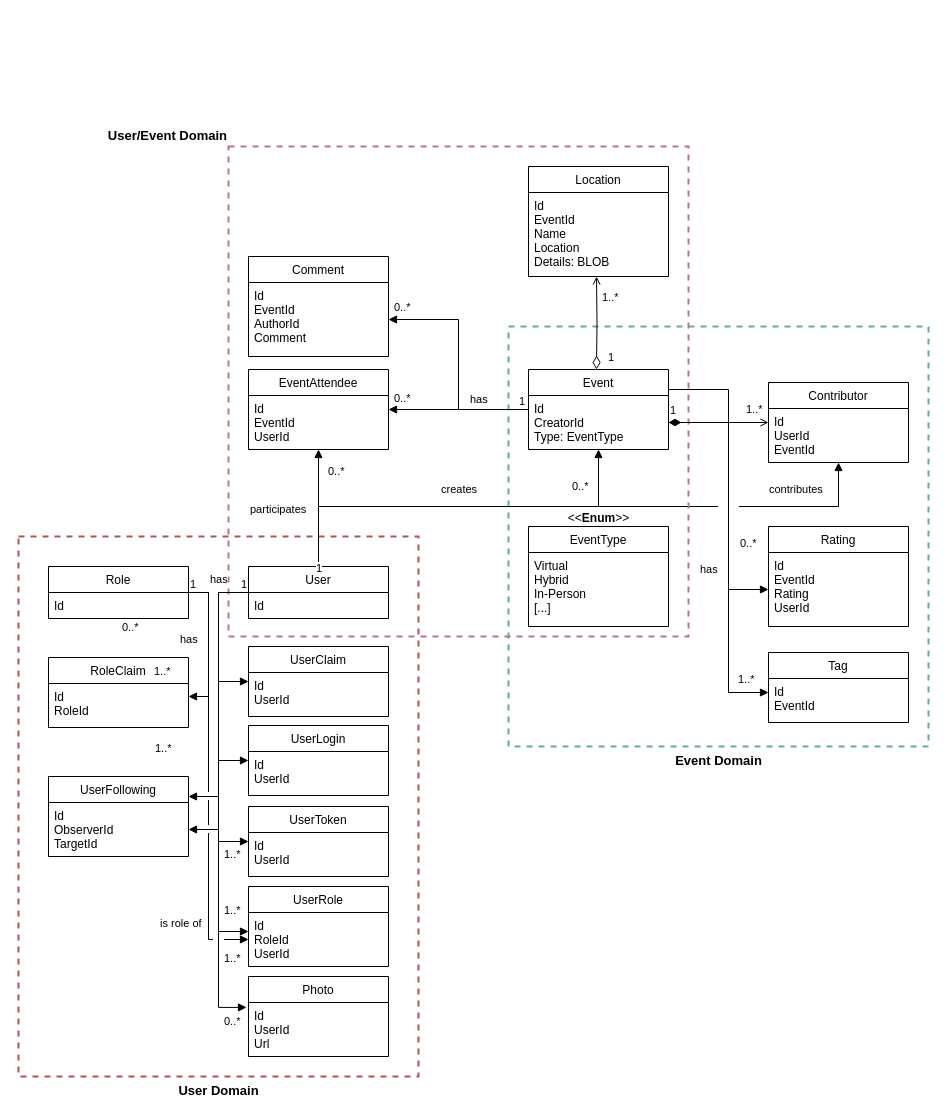
The draw.io diagram Documentation/Diagrams/Domain/class_uml.drawio in Super0silveR/DowntownApp-CAPSTONE, before the edit. Source tidied: cells renumbered, new cells numbered last; positions are measured from the earlier drawing's top-left corner, leaving out a move shared by most shapes. Both pictures are drawn from the tidied source at 100%, with x=0, y=0 at pixel (18, 146).
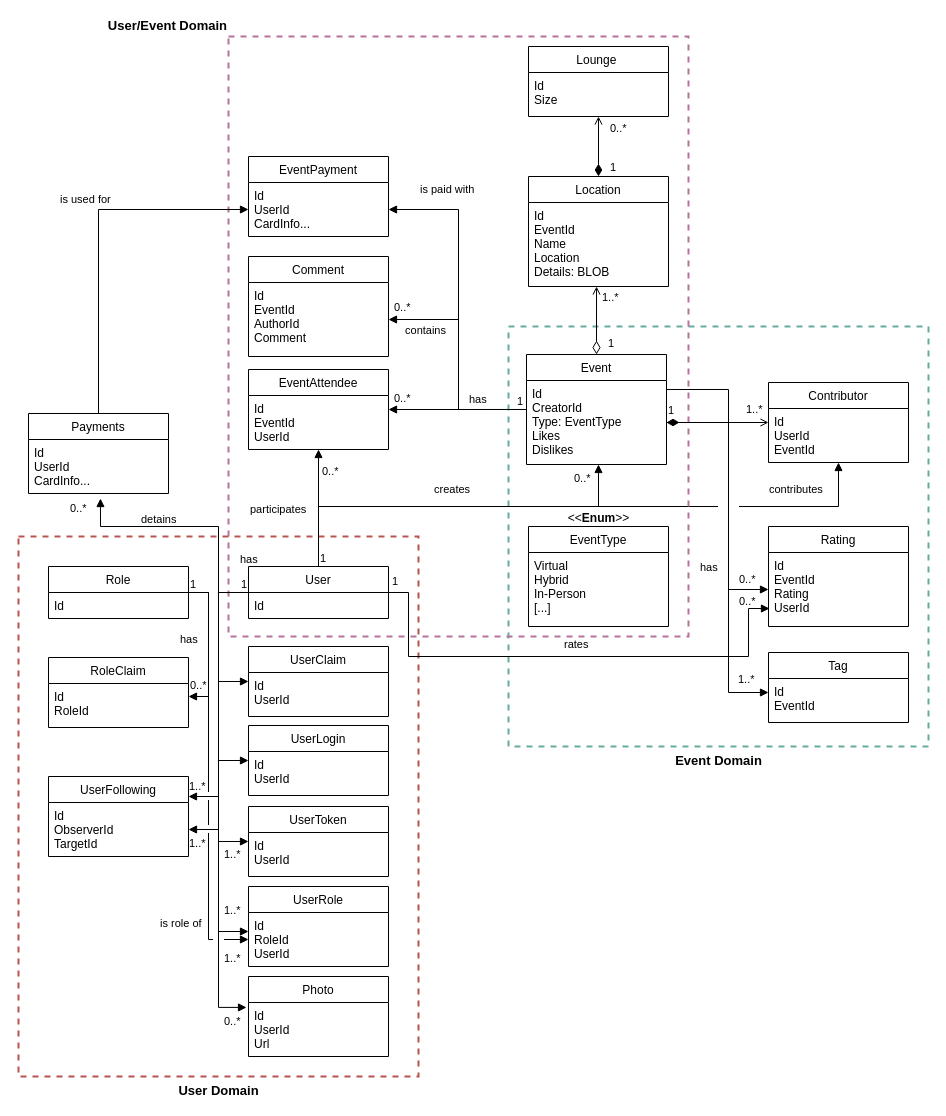
The same diagram, later.

Unchanged cells that the change refers to:
```xml
<mxCell id="9" value="contributes" style="endArrow=block;endFill=1;html=1;align=left;verticalAlign=top;rounded=0;exitX=0.5;exitY=0;exitDx=0;exitDy=0;edgeStyle=orthogonalEdgeStyle;" parent="1" edge="1" source="13" target="28">
  <mxGeometry x="0.63" y="30" relative="1" as="geometry">
    <Array as="points">
      <mxPoint x="300" y="360" />
      <mxPoint x="820" y="360" />
    </Array>
  </mxGeometry>
</mxCell>
<mxCell id="13" value="User" style="swimlane;fontStyle=0;horizontal=1;startSize=26;fillColor=none;" parent="1" vertex="1">
  <mxGeometry x="230" y="420" width="140" height="52" as="geometry" />
</mxCell>
<mxCell id="24" value="creates" style="endArrow=block;endFill=1;html=1;align=left;verticalAlign=top;rounded=0;exitX=0.5;exitY=0;exitDx=0;exitDy=0;edgeStyle=orthogonalEdgeStyle;" parent="1" edge="1" source="13" target="15">
  <mxGeometry x="-0.09" y="30" relative="1" as="geometry">
    <Array as="points">
      <mxPoint x="300" y="360" />
      <mxPoint x="580" y="360" />
    </Array>
  </mxGeometry>
</mxCell>
<mxCell id="43" value="UserClaim" style="swimlane;fontStyle=0;horizontal=1;startSize=26;fillColor=none;" parent="1" vertex="1">
  <mxGeometry x="230" y="500" width="140" height="70" as="geometry" />
</mxCell>
<mxCell id="61" value="Id&#10;EventId&#10;Rating&#10;UserId" style="text;strokeColor=none;fillColor=none;align=left;verticalAlign=top;spacingLeft=4;spacingRight=4;overflow=hidden;points=[[0,0.5],[1,0.5]];portConstraint=eastwest;" parent="60" vertex="1">
  <mxGeometry y="26" width="140" height="74" as="geometry" />
</mxCell>
<mxCell id="63" value="has&amp;nbsp;" style="endArrow=block;endFill=1;html=1;align=left;verticalAlign=top;rounded=0;entryX=0;entryY=0.5;entryDx=0;entryDy=0;edgeStyle=orthogonalEdgeStyle;exitX=1;exitY=0.25;exitDx=0;exitDy=0;endSize=6;" parent="1" edge="1" source="15" target="61">
  <mxGeometry x="0.51" y="-30" relative="1" as="geometry">
    <Array as="points">
      <mxPoint x="710" y="243" />
      <mxPoint x="710" y="443" />
    </Array>
  </mxGeometry>
</mxCell>
<mxCell id="75" value="Id&#10;EventId&#10;Name&#10;Location&#10;Details: BLOB" style="text;strokeColor=none;fillColor=none;align=left;verticalAlign=top;spacingLeft=4;spacingRight=4;overflow=hidden;points=[[0,0.5],[1,0.5]];portConstraint=eastwest;" parent="74" vertex="1">
  <mxGeometry y="26" width="140" height="84" as="geometry" />
</mxCell>
<mxCell id="78" value="name" style="endArrow=block;endFill=1;html=1;edgeStyle=orthogonalEdgeStyle;align=left;verticalAlign=top;rounded=0;startSize=8;endSize=6;exitX=0;exitY=0.5;exitDx=0;exitDy=0;entryX=-0.014;entryY=0.091;entryDx=0;entryDy=0;entryPerimeter=0;fontColor=none;noLabel=1;" parent="1" edge="1" source="13" target="66">
  <mxGeometry x="-1" y="67" relative="1" as="geometry">
    <Array as="points">
      <mxPoint x="200" y="446" />
      <mxPoint x="200" y="860" />
    </Array>
    <mxPoint x="40" y="-13" as="offset" />
  </mxGeometry>
</mxCell>
```

What changed in the source:
```diff
@@
+    <mxCell id="5" value="&lt;b&gt;&lt;font style=&quot;font-size: 13px;&quot;&gt;User Domain&lt;/font&gt;&lt;/b&gt;" style="verticalLabelPosition=bottom;verticalAlign=top;html=1;shape=mxgraph.basic.rect;fillColor2=none;strokeWidth=2;size=20;indent=5;fillColor=none;dashed=1;strokeColor=#b85450;" parent="1" vertex="1">
+      <mxGeometry y="390" width="400" height="540" as="geometry" />
+    </mxCell>
+    <mxCell id="54" value="RoleClaim" style="swimlane;fontStyle=0;horizontal=1;startSize=26;fillColor=none;" parent="1" vertex="1">
+      <mxGeometry x="30" y="511" width="140" height="70" as="geometry" />
+    </mxCell>
+    <mxCell id="55" value="Id&#10;RoleId" style="text;strokeColor=none;fillColor=none;align=left;verticalAlign=top;spacingLeft=4;spacingRight=4;overflow=hidden;" parent="54" vertex="1">
+      <mxGeometry y="26" width="140" height="44" as="geometry" />
+    </mxCell>
@@
-    <mxCell id="5" value="&lt;b&gt;&lt;font style=&quot;font-size: 13px;&quot;&gt;User Domain&lt;/font&gt;&lt;/b&gt;" style="verticalLabelPosition=bottom;verticalAlign=top;html=1;shape=mxgraph.basic.rect;fillColor2=none;strokeWidth=2;size=20;indent=5;fillColor=none;dashed=1;strokeColor=#b85450;" parent="1" vertex="1">
-      <mxGeometry y="390" width="400" height="540" as="geometry" />
-    </mxCell>
@@
     <mxCell id="10" value="1..*" style="edgeLabel;html=1;align=left;verticalAlign=bottom;" parent="9" vertex="1">
       <mxGeometry x="-1" relative="1" as="geometry">
-        <mxPoint x="-165" y="190" as="offset" />
+        <mxPoint x="-131" y="285" as="offset" />
       </mxGeometry>
     </mxCell>
@@
     <mxCell id="12" value="&lt;b&gt;&lt;font style=&quot;font-size: 13px;&quot;&gt;User/Event Domain&lt;/font&gt;&lt;/b&gt;" style="verticalLabelPosition=top;verticalAlign=bottom;html=1;shape=mxgraph.basic.rect;fillColor2=none;strokeWidth=2;size=20;indent=5;fillColor=none;dashed=1;strokeColor=#B5739D;labelPosition=left;align=right;" parent="1" vertex="1">
-      <mxGeometry x="210" width="460" height="490" as="geometry" />
+      <mxGeometry x="210" y="-110" width="460" height="600" as="geometry" />
     </mxCell>
@@
     <mxCell id="15" value="Event" style="swimlane;fontStyle=0;horizontal=1;startSize=26;fillColor=none;" parent="1" vertex="1">
-      <mxGeometry x="510" y="223" width="140" height="80" as="geometry" />
+      <mxGeometry x="508" y="208" width="140" height="110" as="geometry" />
     </mxCell>
-    <mxCell id="16" value="Id&#10;CreatorId&#10;Type: EventType" style="text;strokeColor=none;fillColor=none;align=left;verticalAlign=top;spacingLeft=4;spacingRight=4;overflow=hidden;points=[[0,0.5],[1,0.5]];portConstraint=eastwest;" parent="15" vertex="1">
-      <mxGeometry y="26" width="140" height="54" as="geometry" />
+    <mxCell id="16" value="Id&#10;CreatorId&#10;Type: EventType&#10;Likes&#10;Dislikes" style="text;strokeColor=none;fillColor=none;align=left;verticalAlign=top;spacingLeft=4;spacingRight=4;overflow=hidden;points=[[0,0.5],[1,0.5]];portConstraint=eastwest;" parent="15" vertex="1">
+      <mxGeometry y="26" width="140" height="84" as="geometry" />
     </mxCell>
@@
     <mxCell id="22" value="0..*" style="edgeLabel;html=1;align=left;verticalAlign=bottom;" parent="1" vertex="1">
-      <mxGeometry x="300" y="440" as="geometry">
+      <mxGeometry x="294" y="440" as="geometry">
         <mxPoint x="8" y="-107" as="offset" />
       </mxGeometry>
     </mxCell>
@@
     <mxCell id="25" value="1..*" style="edgeLabel;html=1;align=left;verticalAlign=bottom;" parent="24" vertex="1">
       <mxGeometry x="-1" relative="1" as="geometry">
-        <mxPoint x="-166" y="113" as="offset" />
+        <mxPoint x="-131" y="228" as="offset" />
       </mxGeometry>
     </mxCell>
     <mxCell id="26" value="0..*" style="edgeLabel;html=1;align=left;verticalAlign=bottom;" parent="1" vertex="1">
-      <mxGeometry x="380" y="490" as="geometry">
+      <mxGeometry x="382" y="482" as="geometry">
         <mxPoint x="172" y="-142" as="offset" />
       </mxGeometry>
     </mxCell>
@@
     <mxCell id="51" value="has" style="endArrow=block;endFill=1;html=1;edgeStyle=orthogonalEdgeStyle;align=left;verticalAlign=top;rounded=0;startSize=8;endSize=6;exitX=0;exitY=0.5;exitDx=0;exitDy=0;entryX=0;entryY=0.5;entryDx=0;entryDy=0;" parent="1" edge="1" source="13" target="43">
-      <mxGeometry x="-0.6" y="-28" relative="1" as="geometry">
+      <mxGeometry x="-0.87" y="-46" relative="1" as="geometry">
         <Array as="points">
           <mxPoint x="200" y="446" />
           <mxPoint x="200" y="535" />
         </Array>
-        <mxPoint x="18" y="-26" as="offset" />
       </mxGeometry>
     </mxCell>
@@
-    <mxCell id="54" value="RoleClaim" style="swimlane;fontStyle=0;horizontal=1;startSize=26;fillColor=none;" parent="1" vertex="1">
-      <mxGeometry x="30" y="511" width="140" height="70" as="geometry" />
-    </mxCell>
-    <mxCell id="55" value="Id&#10;RoleId" style="text;strokeColor=none;fillColor=none;align=left;verticalAlign=top;spacingLeft=4;spacingRight=4;overflow=hidden;" parent="54" vertex="1">
-      <mxGeometry y="26" width="140" height="44" as="geometry" />
-    </mxCell>
@@
     <mxCell id="58" value="0..*" style="edgeLabel;html=1;align=left;verticalAlign=bottom;" parent="1" vertex="1">
-      <mxGeometry x="215" y="650" as="geometry">
+      <mxGeometry x="283" y="708" as="geometry">
         <mxPoint x="-113" y="-161" as="offset" />
       </mxGeometry>
     </mxCell>
@@
     <mxCell id="64" value="0..*" style="edgeLabel;html=1;align=left;verticalAlign=bottom;" parent="63" vertex="1">
       <mxGeometry x="-1" relative="1" as="geometry">
-        <mxPoint x="70" y="162" as="offset" />
+        <mxPoint x="71" y="205" as="offset" />
       </mxGeometry>
     </mxCell>
@@
     <mxCell id="74" value="Location" style="swimlane;fontStyle=0;horizontal=1;startSize=26;fillColor=none;" parent="1" vertex="1">
-      <mxGeometry x="510" y="20" width="140" height="110" as="geometry" />
+      <mxGeometry x="510" y="30" width="140" height="110" as="geometry" />
     </mxCell>
@@
-    <mxCell id="76" value="1" style="endArrow=open;html=1;endSize=6;startArrow=diamondThin;startSize=11;startFill=0;edgeStyle=orthogonalEdgeStyle;align=left;verticalAlign=bottom;rounded=0;fontSize=11;fontColor=default;exitX=0.5;exitY=0;exitDx=0;exitDy=0;entryX=0.486;entryY=1;entryDx=0;entryDy=0;entryPerimeter=0;" parent="1" edge="1" target="75">
-      <mxGeometry x="-0.93" y="-10" relative="1" as="geometry">
-        <mxPoint x="578" y="223" as="sourcePoint" />
-      </mxGeometry>
+    <mxCell id="76" value="1" style="endArrow=open;html=1;endSize=6;startArrow=diamondThin;startSize=11;startFill=0;edgeStyle=orthogonalEdgeStyle;align=left;verticalAlign=bottom;rounded=0;fontSize=11;fontColor=default;entryX=0.486;entryY=1;entryDx=0;entryDy=0;entryPerimeter=0;exitX=0.5;exitY=0;exitDx=0;exitDy=0;" parent="1" edge="1" source="15" target="75">
+      <mxGeometry x="-0.93" y="-10" relative="1" as="geometry" />
     </mxCell>
@@
     <mxCell id="79" value="1" style="edgeLabel;html=1;align=left;verticalAlign=bottom;dashed=1;strokeWidth=2;fillColor=none;" parent="78" vertex="1">
       <mxGeometry x="-1" relative="1" as="geometry">
-        <mxPoint x="66" y="-16" as="offset" />
+        <mxPoint x="70" y="-26" as="offset" />
       </mxGeometry>
     </mxCell>
@@
+    <mxCell id="84" value="Payments" style="swimlane;fontStyle=0;horizontal=1;startSize=26;fillColor=none;" parent="1" vertex="1">
+      <mxGeometry x="10" y="267" width="140" height="80" as="geometry" />
+    </mxCell>
+    <mxCell id="85" value="Id&#10;UserId&#10;CardInfo..." style="text;strokeColor=none;fillColor=none;align=left;verticalAlign=top;spacingLeft=4;spacingRight=4;overflow=hidden;points=[[0,0.5],[1,0.5]];portConstraint=eastwest;" parent="84" vertex="1">
+      <mxGeometry y="26" width="140" height="54" as="geometry" />
+    </mxCell>
+    <mxCell id="86" value="detains" style="endArrow=block;endFill=1;html=1;align=left;verticalAlign=top;rounded=0;exitX=0;exitY=0.5;exitDx=0;exitDy=0;entryX=0.514;entryY=1.093;entryDx=0;entryDy=0;entryPerimeter=0;edgeStyle=orthogonalEdgeStyle;" parent="1" edge="1" source="13" target="85">
+      <mxGeometry x="0.45" y="-20" relative="1" as="geometry">
+        <Array as="points">
+          <mxPoint x="200" y="446" />
+          <mxPoint x="200" y="380" />
+          <mxPoint x="82" y="380" />
+        </Array>
+      </mxGeometry>
+    </mxCell>
+    <mxCell id="87" value="0..*" style="edgeLabel;html=1;align=left;verticalAlign=bottom;" parent="1" vertex="1">
+      <mxGeometry x="50" y="370" as="geometry" />
+    </mxCell>
+    <mxCell id="88" value="EventPayment" style="swimlane;fontStyle=0;horizontal=1;startSize=26;fillColor=none;" parent="1" vertex="1">
+      <mxGeometry x="230" y="10" width="140" height="80" as="geometry" />
+    </mxCell>
+    <mxCell id="89" value="Id&#10;UserId&#10;CardInfo..." style="text;strokeColor=none;fillColor=none;align=left;verticalAlign=top;spacingLeft=4;spacingRight=4;overflow=hidden;points=[[0,0.5],[1,0.5]];portConstraint=eastwest;" parent="88" vertex="1">
+      <mxGeometry y="26" width="140" height="54" as="geometry" />
+    </mxCell>
+    <mxCell id="90" value="rates" style="endArrow=block;endFill=1;html=1;align=left;verticalAlign=top;rounded=0;exitX=1;exitY=0.5;exitDx=0;exitDy=0;entryX=0.007;entryY=0.757;entryDx=0;entryDy=0;entryPerimeter=0;edgeStyle=orthogonalEdgeStyle;" parent="1" edge="1" source="13" target="61">
+      <mxGeometry x="-0.04" y="25" relative="1" as="geometry">
+        <Array as="points">
+          <mxPoint x="390" y="446" />
+          <mxPoint x="390" y="510" />
+          <mxPoint x="730" y="510" />
+          <mxPoint x="730" y="462" />
+        </Array>
+        <mxPoint x="1" as="offset" />
+      </mxGeometry>
+    </mxCell>
+    <mxCell id="91" value="is used for" style="endArrow=block;endFill=1;html=1;align=left;verticalAlign=top;rounded=0;exitX=0.5;exitY=0;exitDx=0;exitDy=0;entryX=0;entryY=0.5;entryDx=0;entryDy=0;edgeStyle=orthogonalEdgeStyle;" parent="1" edge="1" source="84" target="89">
+      <mxGeometry x="0.15" y="46" relative="1" as="geometry">
+        <mxPoint x="-40" y="23" as="offset" />
+      </mxGeometry>
+    </mxCell>
+    <mxCell id="92" value="1" style="edgeLabel;html=1;align=left;verticalAlign=bottom;" parent="1" vertex="1">
+      <mxGeometry x="364" y="550" as="geometry">
+        <mxPoint x="8" y="-107" as="offset" />
+      </mxGeometry>
+    </mxCell>
+    <mxCell id="93" value="0..*" style="edgeLabel;html=1;align=left;verticalAlign=bottom;" parent="1" vertex="1">
+      <mxGeometry x="711" y="570" as="geometry">
+        <mxPoint x="8" y="-107" as="offset" />
+      </mxGeometry>
+    </mxCell>
+    <mxCell id="94" value="Lounge " style="swimlane;fontStyle=0;horizontal=1;startSize=26;fillColor=none;" parent="1" vertex="1">
+      <mxGeometry x="510" y="-100" width="140" height="70" as="geometry" />
+    </mxCell>
+    <mxCell id="95" value="Id&#10;Size" style="text;strokeColor=none;fillColor=none;align=left;verticalAlign=top;spacingLeft=4;spacingRight=4;overflow=hidden;points=[[0,0.5],[1,0.5]];portConstraint=eastwest;" parent="94" vertex="1">
+      <mxGeometry y="26" width="140" height="44" as="geometry" />
+    </mxCell>
+    <mxCell id="96" value="is paid with" style="endArrow=block;endFill=1;html=1;align=left;verticalAlign=top;rounded=0;exitX=-0.014;exitY=0.345;exitDx=0;exitDy=0;entryX=1;entryY=0.5;entryDx=0;entryDy=0;edgeStyle=orthogonalEdgeStyle;exitPerimeter=0;" parent="1" edge="1" source="16" target="89">
+      <mxGeometry x="0.82" y="-33" relative="1" as="geometry">
+        <Array as="points">
+          <mxPoint x="440" y="263" />
+          <mxPoint x="440" y="63" />
+        </Array>
+      </mxGeometry>
+    </mxCell>
+    <mxCell id="97" value="contains" style="text;html=1;align=center;verticalAlign=middle;strokeColor=none;fillColor=none;fontSize=11;" parent="1" vertex="1">
+      <mxGeometry x="377" y="169" width="60" height="30" as="geometry" />
+    </mxCell>
+    <mxCell id="98" value="1" style="endArrow=open;html=1;endSize=6;startArrow=diamondThin;startSize=10;startFill=1;align=left;verticalAlign=bottom;rounded=0;exitX=0.5;exitY=0;exitDx=0;exitDy=0;" parent="1" edge="1" source="74" target="95">
+      <mxGeometry x="-1" y="-10" relative="1" as="geometry" />
+    </mxCell>
+    <mxCell id="99" value="0..*" style="edgeLabel;html=1;align=left;verticalAlign=bottom;" parent="1" vertex="1">
+      <mxGeometry x="590" y="-10" as="geometry" />
+    </mxCell>
```
